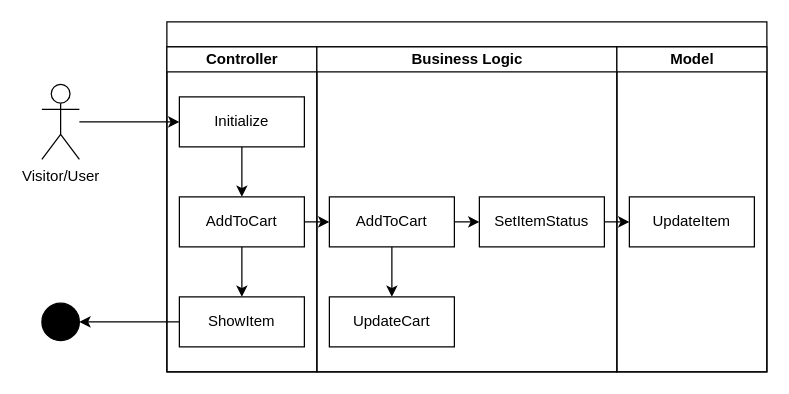
Above: diagrams/ASD/viewShoppingcart.drawio in JochemGrootherder/educom-webshop-runtime-records (draw.io), before the change. Source tidied: cells renumbered, new cells numbered last; positions are measured from the earlier drawing's top-left corner, leaving out a move shared by most shapes. Both pictures are drawn from the tidied source at 125%, with x=0, y=0 at pixel (41, 21).
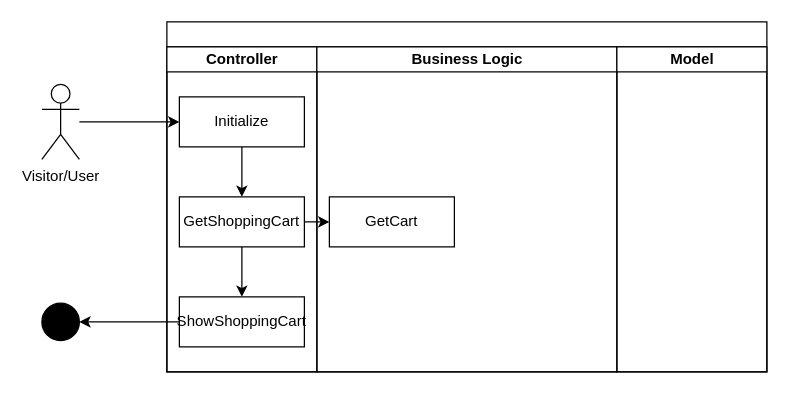
The same page after the edit.

Unchanged cells that the change refers to:
```xml
<mxCell id="3" value="Controller" style="swimlane;startSize=20;html=1;" parent="2" vertex="1">
  <mxGeometry y="20" width="120" height="260" as="geometry" />
</mxCell>
<mxCell id="9" value="Business Logic" style="swimlane;startSize=20;html=1;" parent="2" vertex="1">
  <mxGeometry x="120" y="20" width="240" height="260" as="geometry" />
</mxCell>
<mxCell id="13" value="Model" style="swimlane;startSize=20;html=1;" parent="2" vertex="1">
  <mxGeometry x="360" y="20" width="120" height="260" as="geometry" />
</mxCell>
```

Change to the diagram source:
```diff
@@
-    <mxCell id="7" value="AddToCart" style="rounded=0;whiteSpace=wrap;html=1;" parent="3" vertex="1">
+    <mxCell id="7" value="GetShoppingCart" style="rounded=0;whiteSpace=wrap;html=1;" parent="3" vertex="1">
       <mxGeometry x="10" y="120" width="100" height="40" as="geometry" />
     </mxCell>
-    <mxCell id="8" value="ShowItem" style="rounded=0;whiteSpace=wrap;html=1;" parent="3" vertex="1">
+    <mxCell id="8" value="ShowShoppingCart" style="rounded=0;whiteSpace=wrap;html=1;" parent="3" vertex="1">
       <mxGeometry x="10" y="200" width="100" height="40" as="geometry" />
     </mxCell>
@@
-    <mxCell id="10" style="edgeStyle=none;html=1;" parent="9" edge="1" source="11" target="12">
-      <mxGeometry relative="1" as="geometry" />
-    </mxCell>
-    <mxCell id="11" value="AddToCart" style="rounded=0;whiteSpace=wrap;html=1;" parent="9" vertex="1">
+    <mxCell id="11" value="GetCart" style="rounded=0;whiteSpace=wrap;html=1;" parent="9" vertex="1">
       <mxGeometry x="10" y="120" width="100" height="40" as="geometry" />
     </mxCell>
-    <mxCell id="12" value="UpdateCart" style="rounded=0;whiteSpace=wrap;html=1;" parent="9" vertex="1">
-      <mxGeometry x="10" y="200" width="100" height="40" as="geometry" />
-    </mxCell>
@@
-    <mxCell id="14" value="UpdateItem" style="rounded=0;whiteSpace=wrap;html=1;" parent="13" vertex="1">
-      <mxGeometry x="10" y="120" width="100" height="40" as="geometry" />
-    </mxCell>
@@
-    <mxCell id="20" style="edgeStyle=orthogonalEdgeStyle;html=1;" parent="1" edge="1" source="21" target="14">
-      <mxGeometry relative="1" as="geometry" />
-    </mxCell>
-    <mxCell id="21" value="SetItemStatus" style="rounded=0;whiteSpace=wrap;html=1;" parent="1" vertex="1">
-      <mxGeometry x="350" y="140" width="100" height="40" as="geometry" />
-    </mxCell>
-    <mxCell id="22" style="edgeStyle=orthogonalEdgeStyle;html=1;" parent="1" edge="1" source="11" target="21">
-      <mxGeometry relative="1" as="geometry" />
-    </mxCell>
```
